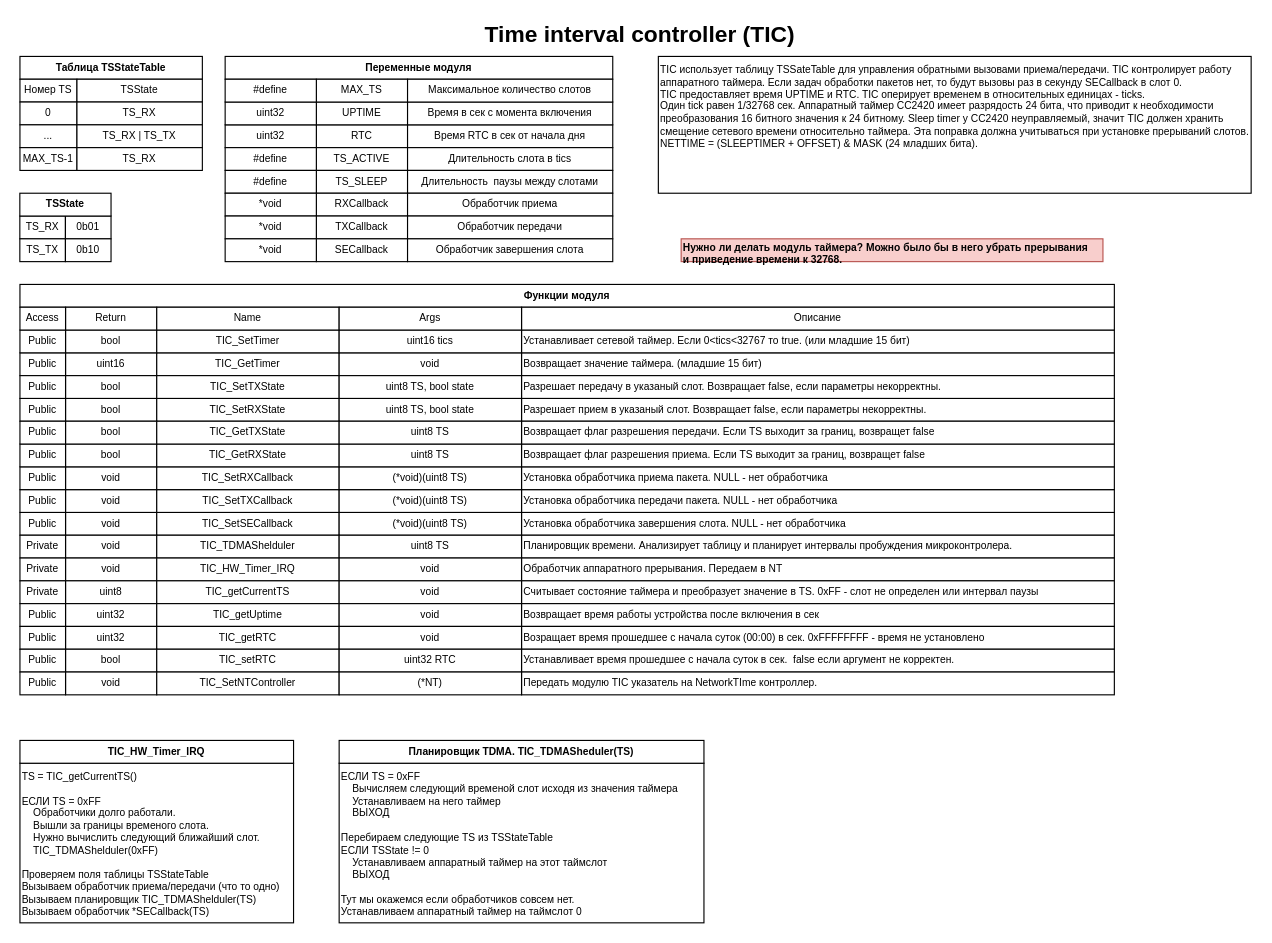
This is page "TIC" (3 of 11) of documentation/programm modules/modulse struct.drawio from saurex83/WMNU, a draw.io file, before an edit. Source tidied: cells renumbered, new cells numbered last; positions are measured from the earlier drawing's top-left corner, leaving out a move shared by most shapes. Both pictures are drawn from the tidied source at 114%, with x=0, y=0 at pixel (19, 22).
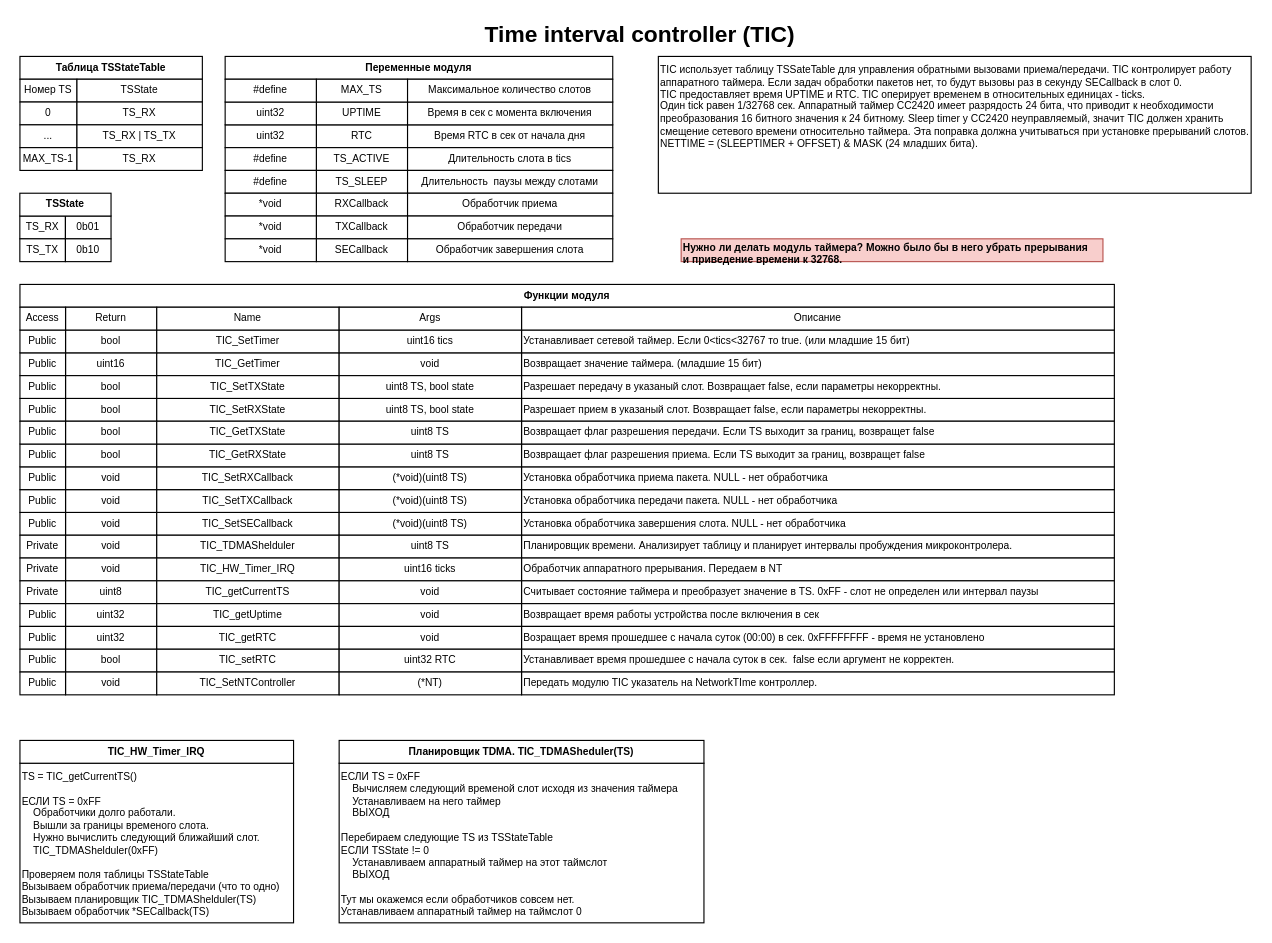
Above is the later version.

Unchanged cells that the change refers to:
```xml
<mxCell id="83" style="group;" parent="1" vertex="1">
  <mxGeometry y="470" width="960" height="20" as="geometry" />
</mxCell>
```

Change to the diagram source:
```diff
@@
-    <mxCell id="87" value="void" style="rounded=0;whiteSpace=wrap;html=1;fontSize=9;" parent="83" vertex="1">
+    <mxCell id="87" value="uint16 ticks" style="rounded=0;whiteSpace=wrap;html=1;fontSize=9;" parent="83" vertex="1">
       <mxGeometry x="280" width="160" height="20" as="geometry" />
     </mxCell>
```
